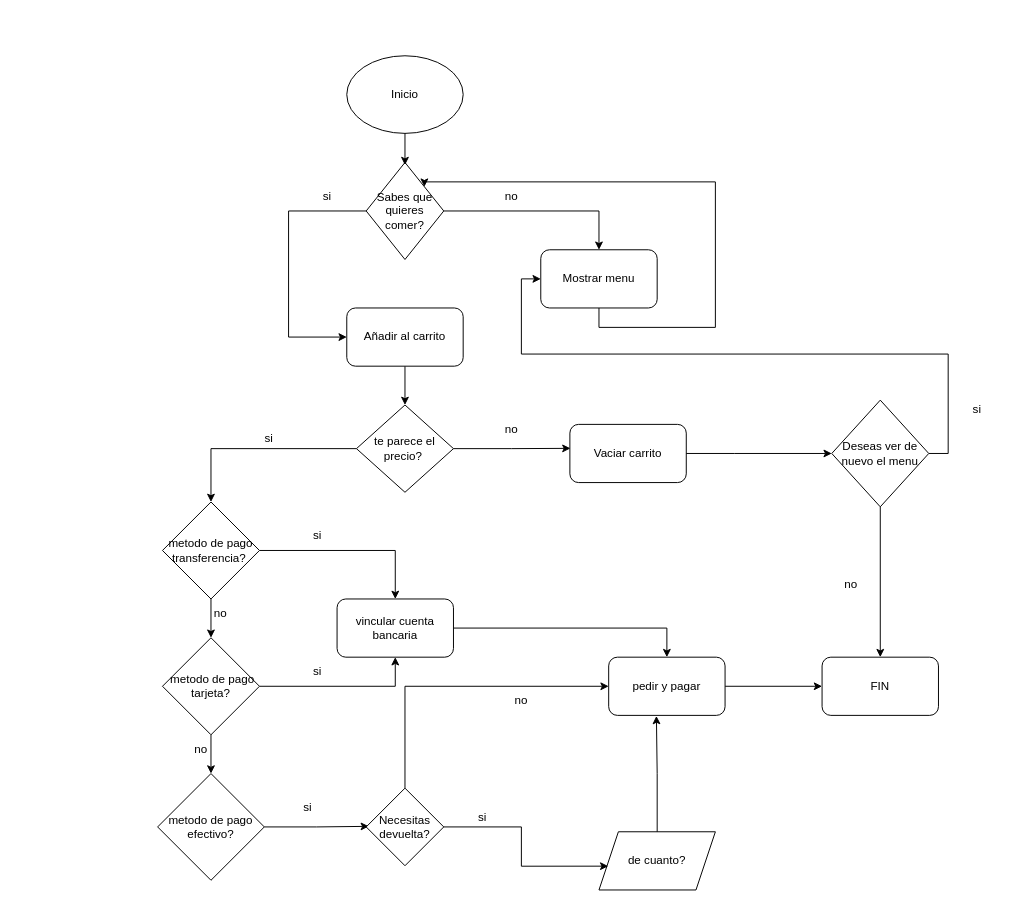
JoseRivera-07/proyect-inventory keeps this draw.io diagram as Diagrama sin título.drawio. Above is the earlier version. Source tidied: cells renumbered, new cells numbered last; positions are measured from the earlier drawing's top-left corner, leaving out a move shared by most shapes. Both pictures are drawn from the tidied source at 97%, with x=0, y=0 at pixel (157, 55).
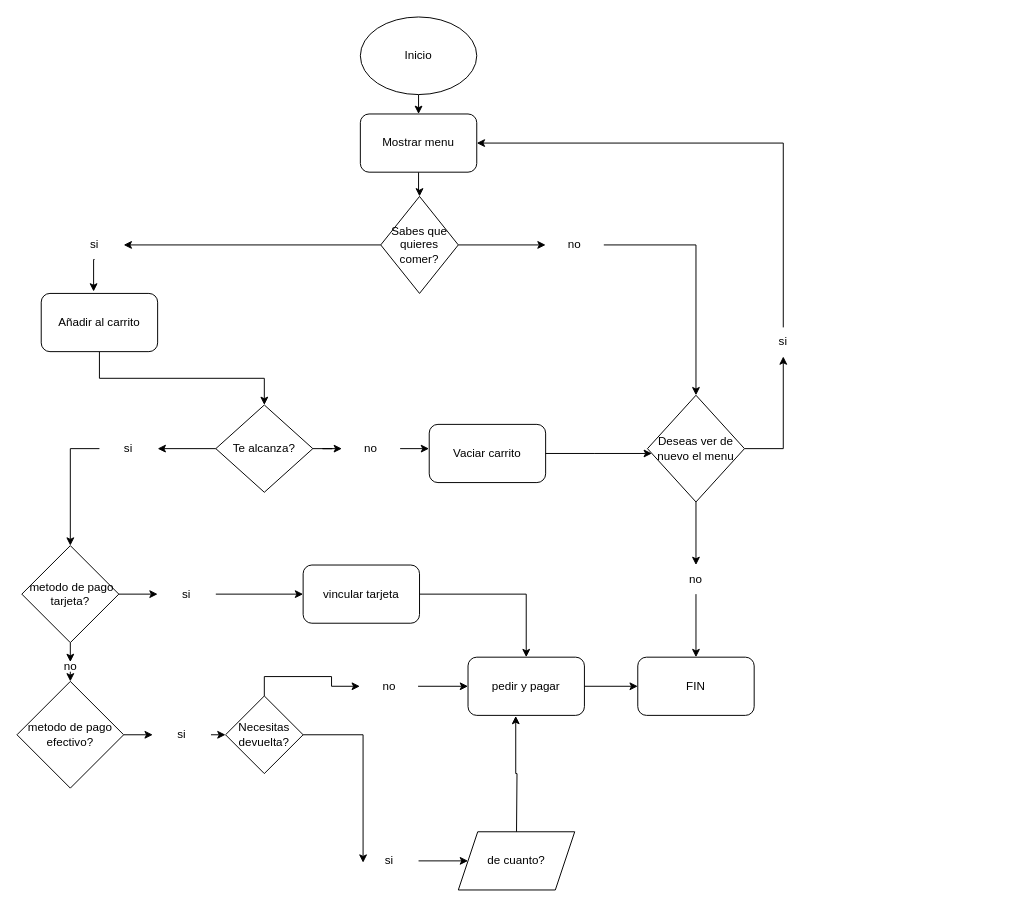
Above is the later version.

Commit message:
Actualizar Diagrama Domicilio

What changed in the source:
```diff
@@
+    <mxCell id="50" style="edgeStyle=orthogonalEdgeStyle;rounded=0;jettySize=auto;html=1;exitX=0.5;exitY=1;exitDx=0;exitDy=0;entryX=0.5;entryY=0;entryDx=0;entryDy=0;" parent="1" edge="1" source="2" target="7">
+      <mxGeometry relative="1" as="geometry" />
+    </mxCell>
     <mxCell id="2" value="Inicio" style="ellipse;whiteSpace=wrap;html=1;" parent="1" vertex="1">
-      <mxGeometry x="195" width="120" height="80" as="geometry" />
+      <mxGeometry x="209" y="-40" width="120" height="80" as="geometry" />
     </mxCell>
-    <mxCell id="3" style="edgeStyle=orthogonalEdgeStyle;rounded=0;jettySize=auto;html=1;exitX=1;exitY=0.5;exitDx=0;exitDy=0;entryX=0.5;entryY=0;entryDx=0;entryDy=0;" parent="1" edge="1" source="5" target="7">
-      <mxGeometry relative="1" as="geometry" />
-    </mxCell>
-    <mxCell id="4" style="edgeStyle=orthogonalEdgeStyle;rounded=0;jettySize=auto;html=1;exitX=0;exitY=0.5;exitDx=0;exitDy=0;entryX=0;entryY=0.5;entryDx=0;entryDy=0;" parent="1" edge="1" source="5" target="9">
-      <mxGeometry relative="1" as="geometry">
-        <Array as="points">
-          <mxPoint x="135" y="160" />
-          <mxPoint x="135" y="290" />
-        </Array>
-      </mxGeometry>
-    </mxCell>
+    <mxCell id="51" style="edgeStyle=orthogonalEdgeStyle;rounded=0;jettySize=auto;html=1;exitX=0;exitY=0.5;exitDx=0;exitDy=0;" parent="1" edge="1" source="5" target="22">
+      <mxGeometry relative="1" as="geometry" />
+    </mxCell>
+    <mxCell id="52" style="edgeStyle=orthogonalEdgeStyle;rounded=0;jettySize=auto;html=1;exitX=1;exitY=0.5;exitDx=0;exitDy=0;" parent="1" edge="1" source="5" target="23">
+      <mxGeometry relative="1" as="geometry" />
+    </mxCell>
     <mxCell id="5" value="Sabes que quieres comer?" style="rhombus;whiteSpace=wrap;html=1;" parent="1" vertex="1">
-      <mxGeometry x="215" y="110" width="80" height="100" as="geometry" />
+      <mxGeometry x="230" y="145" width="80" height="100" as="geometry" />
     </mxCell>
-    <mxCell id="6" style="edgeStyle=orthogonalEdgeStyle;rounded=0;jettySize=auto;html=1;exitX=0.5;exitY=1;exitDx=0;exitDy=0;entryX=1;entryY=0;entryDx=0;entryDy=0;" parent="1" edge="1" source="7" target="5">
-      <mxGeometry relative="1" as="geometry">
-        <Array as="points">
-          <mxPoint x="455" y="280" />
-          <mxPoint x="575" y="280" />
-          <mxPoint x="575" y="130" />
-          <mxPoint x="275" y="130" />
-        </Array>
-      </mxGeometry>
+    <mxCell id="6" style="edgeStyle=orthogonalEdgeStyle;rounded=0;jettySize=auto;html=1;exitX=0.5;exitY=1;exitDx=0;exitDy=0;" parent="1" edge="1" source="7" target="5">
+      <mxGeometry relative="1" as="geometry" />
     </mxCell>
     <mxCell id="7" value="Mostrar menu" style="rounded=1;whiteSpace=wrap;html=1;" parent="1" vertex="1">
-      <mxGeometry x="395" y="200" width="120" height="60" as="geometry" />
+      <mxGeometry x="209" y="60" width="120" height="60" as="geometry" />
     </mxCell>
@@
     <mxCell id="9" value="Añadir al carrito" style="rounded=1;whiteSpace=wrap;html=1;" parent="1" vertex="1">
-      <mxGeometry x="195" y="260" width="120" height="60" as="geometry" />
+      <mxGeometry x="-120" y="245" width="120" height="60" as="geometry" />
     </mxCell>
-    <mxCell id="10" style="edgeStyle=orthogonalEdgeStyle;rounded=0;jettySize=auto;html=1;exitX=0;exitY=0.5;exitDx=0;exitDy=0;entryX=0.5;entryY=0;entryDx=0;entryDy=0;" parent="1" edge="1" source="11" target="17">
-      <mxGeometry relative="1" as="geometry" />
-    </mxCell>
+    <mxCell id="53" style="edgeStyle=orthogonalEdgeStyle;rounded=0;jettySize=auto;html=1;exitX=1;exitY=0.5;exitDx=0;exitDy=0;" parent="1" edge="1" source="11" target="33">
+      <mxGeometry relative="1" as="geometry" />
+    </mxCell>
+    <mxCell id="54" style="edgeStyle=orthogonalEdgeStyle;rounded=0;jettySize=auto;html=1;exitX=0;exitY=0.5;exitDx=0;exitDy=0;" parent="1" edge="1" source="11" target="24">
+      <mxGeometry relative="1" as="geometry" />
+    </mxCell>
-    <mxCell id="11" value="te parece el precio?&amp;nbsp;" style="rhombus;whiteSpace=wrap;html=1;" parent="1" vertex="1">
-      <mxGeometry x="205" y="360" width="100" height="90" as="geometry" />
+    <mxCell id="11" value="Te alcanza?" style="rhombus;whiteSpace=wrap;html=1;" parent="1" vertex="1">
+      <mxGeometry x="60" y="360" width="100" height="90" as="geometry" />
     </mxCell>
-    <mxCell id="12" style="edgeStyle=orthogonalEdgeStyle;rounded=0;jettySize=auto;html=1;exitX=0.5;exitY=1;exitDx=0;exitDy=0;entryX=0.5;entryY=0;entryDx=0;entryDy=0;" parent="1" edge="1" source="14" target="18">
-      <mxGeometry relative="1" as="geometry" />
-    </mxCell>
-    <mxCell id="13" style="edgeStyle=orthogonalEdgeStyle;rounded=0;jettySize=auto;html=1;exitX=1;exitY=0.5;exitDx=0;exitDy=0;entryX=0.5;entryY=1;entryDx=0;entryDy=0;" parent="1" edge="1" source="14" target="29">
-      <mxGeometry relative="1" as="geometry" />
-    </mxCell>
+    <mxCell id="55" style="edgeStyle=orthogonalEdgeStyle;rounded=0;jettySize=auto;html=1;exitX=0.5;exitY=1;exitDx=0;exitDy=0;entryX=0.5;entryY=0;entryDx=0;entryDy=0;" parent="1" edge="1" source="14" target="25">
+      <mxGeometry relative="1" as="geometry" />
+    </mxCell>
+    <mxCell id="56" style="edgeStyle=orthogonalEdgeStyle;rounded=0;jettySize=auto;html=1;exitX=1;exitY=0.5;exitDx=0;exitDy=0;" parent="1" edge="1" source="14" target="32">
+      <mxGeometry relative="1" as="geometry" />
+    </mxCell>
     <mxCell id="14" value="&amp;nbsp;metodo de pago tarjeta?" style="rhombus;whiteSpace=wrap;html=1;" parent="1" vertex="1">
-      <mxGeometry x="5" y="600" width="100" height="100" as="geometry" />
+      <mxGeometry x="-140" y="505" width="100" height="100" as="geometry" />
     </mxCell>
-    <mxCell id="15" style="edgeStyle=orthogonalEdgeStyle;rounded=0;jettySize=auto;html=1;exitX=0.5;exitY=1;exitDx=0;exitDy=0;entryX=0.5;entryY=0;entryDx=0;entryDy=0;" parent="1" edge="1" source="17" target="14">
-      <mxGeometry relative="1" as="geometry" />
-    </mxCell>
-    <mxCell id="16" style="edgeStyle=orthogonalEdgeStyle;rounded=0;jettySize=auto;html=1;exitX=1;exitY=0.5;exitDx=0;exitDy=0;entryX=0.5;entryY=0;entryDx=0;entryDy=0;" parent="1" edge="1" source="17" target="29">
-      <mxGeometry relative="1" as="geometry" />
-    </mxCell>
-    <mxCell id="17" value="metodo de pago transferencia?&amp;nbsp;" style="rhombus;whiteSpace=wrap;html=1;" parent="1" vertex="1">
-      <mxGeometry x="5" y="460" width="100" height="100" as="geometry" />
-    </mxCell>
+    <mxCell id="57" style="edgeStyle=orthogonalEdgeStyle;rounded=0;jettySize=auto;html=1;exitX=1;exitY=0.5;exitDx=0;exitDy=0;entryX=0;entryY=0.5;entryDx=0;entryDy=0;" parent="1" edge="1" source="18" target="31">
+      <mxGeometry relative="1" as="geometry" />
+    </mxCell>
     <mxCell id="18" value="metodo de pago efectivo?" style="rhombus;whiteSpace=wrap;html=1;" parent="1" vertex="1">
-      <mxGeometry y="740" width="110" height="110" as="geometry" />
+      <mxGeometry x="-145" y="645" width="110" height="110" as="geometry" />
     </mxCell>
@@
     <mxCell id="20" value="pedir y pagar" style="rounded=1;whiteSpace=wrap;html=1;" parent="1" vertex="1">
-      <mxGeometry x="465" y="620" width="120" height="60" as="geometry" />
+      <mxGeometry x="320" y="620" width="120" height="60" as="geometry" />
     </mxCell>
-    <mxCell id="21" style="edgeStyle=orthogonalEdgeStyle;rounded=0;jettySize=auto;html=1;exitX=0.5;exitY=1;exitDx=0;exitDy=0;entryX=0.5;entryY=0.027;entryDx=0;entryDy=0;entryPerimeter=0;" parent="1" edge="1" source="2" target="5">
-      <mxGeometry relative="1" as="geometry" />
-    </mxCell>
     <mxCell id="22" value="si" style="text;html=1;whiteSpace=wrap;strokeColor=none;fillColor=none;align=center;verticalAlign=middle;rounded=0;" parent="1" vertex="1">
-      <mxGeometry x="145" y="130" width="60" height="30" as="geometry" />
+      <mxGeometry x="-95" y="180" width="60" height="30" as="geometry" />
     </mxCell>
+    <mxCell id="58" style="edgeStyle=orthogonalEdgeStyle;rounded=0;jettySize=auto;html=1;exitX=1;exitY=0.5;exitDx=0;exitDy=0;entryX=0.5;entryY=0;entryDx=0;entryDy=0;" parent="1" edge="1" source="23" target="39">
+      <mxGeometry relative="1" as="geometry" />
+    </mxCell>
     <mxCell id="23" value="no" style="text;html=1;whiteSpace=wrap;strokeColor=none;fillColor=none;align=center;verticalAlign=middle;rounded=0;" parent="1" vertex="1">
-      <mxGeometry x="335" y="130" width="60" height="30" as="geometry" />
+      <mxGeometry x="400" y="180" width="60" height="30" as="geometry" />
     </mxCell>
+    <mxCell id="59" style="edgeStyle=orthogonalEdgeStyle;rounded=0;jettySize=auto;html=1;exitX=0;exitY=0.5;exitDx=0;exitDy=0;entryX=0.5;entryY=0;entryDx=0;entryDy=0;" parent="1" edge="1" source="24" target="14">
+      <mxGeometry relative="1" as="geometry" />
+    </mxCell>
     <mxCell id="24" value="si" style="text;html=1;whiteSpace=wrap;strokeColor=none;fillColor=none;align=center;verticalAlign=middle;rounded=0;" parent="1" vertex="1">
-      <mxGeometry x="85" y="380" width="60" height="30" as="geometry" />
+      <mxGeometry x="-60" y="390" width="60" height="30" as="geometry" />
     </mxCell>
+    <mxCell id="60" style="edgeStyle=orthogonalEdgeStyle;rounded=0;jettySize=auto;html=1;exitX=0.5;exitY=1;exitDx=0;exitDy=0;entryX=0.5;entryY=0;entryDx=0;entryDy=0;" parent="1" edge="1" source="25" target="18">
+      <mxGeometry relative="1" as="geometry" />
+    </mxCell>
     <mxCell id="25" value="no" style="text;html=1;whiteSpace=wrap;strokeColor=none;fillColor=none;align=center;verticalAlign=middle;rounded=0;" parent="1" vertex="1">
-      <mxGeometry x="15" y="700" width="60" height="30" as="geometry" />
+      <mxGeometry x="-102.5" y="625" width="25" height="10" as="geometry" />
     </mxCell>
-    <mxCell id="26" value="no" style="text;html=1;whiteSpace=wrap;strokeColor=none;fillColor=none;align=center;verticalAlign=middle;rounded=0;" parent="1" vertex="1">
-      <mxGeometry x="35" y="560" width="60" height="30" as="geometry" />
-    </mxCell>
-    <mxCell id="27" value="si" style="text;html=1;whiteSpace=wrap;strokeColor=none;fillColor=none;align=center;verticalAlign=middle;rounded=0;" parent="1" vertex="1">
-      <mxGeometry x="135" y="480" width="60" height="30" as="geometry" />
-    </mxCell>
@@
-    <mxCell id="29" value="vincular cuenta bancaria" style="rounded=1;whiteSpace=wrap;html=1;" parent="1" vertex="1">
-      <mxGeometry x="185" y="560" width="120" height="60" as="geometry" />
+    <mxCell id="29" value="vincular tarjeta" style="rounded=1;whiteSpace=wrap;html=1;" parent="1" vertex="1">
+      <mxGeometry x="150" y="525" width="120" height="60" as="geometry" />
     </mxCell>
-    <mxCell id="30" style="edgeStyle=orthogonalEdgeStyle;rounded=0;jettySize=auto;html=1;exitX=1;exitY=0.5;exitDx=0;exitDy=0;entryX=0.107;entryY=0.406;entryDx=0;entryDy=0;entryPerimeter=0;" parent="1" edge="1" source="18">
-      <mxGeometry relative="1" as="geometry">
-        <mxPoint x="217.8" y="794.4" as="targetPoint" />
-      </mxGeometry>
-    </mxCell>
+    <mxCell id="61" style="edgeStyle=orthogonalEdgeStyle;rounded=0;jettySize=auto;html=1;exitX=1;exitY=0.5;exitDx=0;exitDy=0;entryX=0;entryY=0.5;entryDx=0;entryDy=0;" parent="1" edge="1" source="31" target="45">
+      <mxGeometry relative="1" as="geometry" />
+    </mxCell>
     <mxCell id="31" value="si" style="text;html=1;whiteSpace=wrap;strokeColor=none;fillColor=none;align=center;verticalAlign=middle;rounded=0;" parent="1" vertex="1">
-      <mxGeometry x="125" y="760" width="60" height="30" as="geometry" />
+      <mxGeometry x="-5" y="685" width="60" height="30" as="geometry" />
     </mxCell>
+    <mxCell id="62" style="edgeStyle=orthogonalEdgeStyle;rounded=0;jettySize=auto;html=1;" parent="1" edge="1" source="32" target="29">
+      <mxGeometry relative="1" as="geometry" />
+    </mxCell>
     <mxCell id="32" value="si" style="text;html=1;whiteSpace=wrap;strokeColor=none;fillColor=none;align=center;verticalAlign=middle;rounded=0;" parent="1" vertex="1">
-      <mxGeometry x="135" y="620" width="60" height="30" as="geometry" />
+      <mxGeometry y="540" width="60" height="30" as="geometry" />
     </mxCell>
     <mxCell id="33" value="no" style="text;html=1;whiteSpace=wrap;strokeColor=none;fillColor=none;align=center;verticalAlign=middle;rounded=0;" parent="1" vertex="1">
-      <mxGeometry x="335" y="370" width="60" height="30" as="geometry" />
+      <mxGeometry x="190" y="390" width="60" height="30" as="geometry" />
     </mxCell>
     <mxCell id="34" value="Vaciar carrito" style="rounded=1;whiteSpace=wrap;html=1;" parent="1" vertex="1">
-      <mxGeometry x="425" y="380" width="120" height="60" as="geometry" />
+      <mxGeometry x="280" y="380" width="120" height="60" as="geometry" />
     </mxCell>
-    <mxCell id="35" style="edgeStyle=orthogonalEdgeStyle;rounded=0;jettySize=auto;html=1;exitX=1;exitY=0.5;exitDx=0;exitDy=0;entryX=0.005;entryY=0.412;entryDx=0;entryDy=0;entryPerimeter=0;" parent="1" edge="1" source="11" target="34">
-      <mxGeometry relative="1" as="geometry" />
-    </mxCell>
     <mxCell id="36" style="edgeStyle=orthogonalEdgeStyle;rounded=0;jettySize=auto;html=1;exitX=1;exitY=0.5;exitDx=0;exitDy=0;" parent="1" edge="1" target="39">
       <mxGeometry relative="1" as="geometry">
-        <mxPoint x="545" y="410" as="sourcePoint" />
+        <mxPoint x="400" y="410" as="sourcePoint" />
         <Array as="points">
-          <mxPoint x="595" y="410" />
-          <mxPoint x="595" y="410" />
+          <mxPoint x="450" y="410" />
+          <mxPoint x="450" y="410" />
         </Array>
       </mxGeometry>
     </mxCell>
-    <mxCell id="37" style="edgeStyle=orthogonalEdgeStyle;rounded=0;jettySize=auto;html=1;exitX=1;exitY=0.5;exitDx=0;exitDy=0;entryX=0;entryY=0.5;entryDx=0;entryDy=0;" parent="1" edge="1" source="39" target="7">
-      <mxGeometry relative="1" as="geometry" />
-    </mxCell>
-    <mxCell id="38" style="edgeStyle=orthogonalEdgeStyle;rounded=0;jettySize=auto;html=1;exitX=0.5;exitY=1;exitDx=0;exitDy=0;entryX=0.5;entryY=0;entryDx=0;entryDy=0;" parent="1" edge="1" source="39" target="42">
-      <mxGeometry relative="1" as="geometry" />
-    </mxCell>
+    <mxCell id="63" style="edgeStyle=orthogonalEdgeStyle;rounded=0;jettySize=auto;html=1;exitX=0.5;exitY=1;exitDx=0;exitDy=0;" parent="1" edge="1" source="39" target="41">
+      <mxGeometry relative="1" as="geometry" />
+    </mxCell>
+    <mxCell id="64" style="edgeStyle=orthogonalEdgeStyle;rounded=0;jettySize=auto;html=1;exitX=1;exitY=0.5;exitDx=0;exitDy=0;" parent="1" edge="1" source="39" target="40">
+      <mxGeometry relative="1" as="geometry" />
+    </mxCell>
     <mxCell id="39" value="Deseas ver de nuevo el menu" style="rhombus;whiteSpace=wrap;html=1;" parent="1" vertex="1">
-      <mxGeometry x="695" y="355" width="100" height="110" as="geometry" />
+      <mxGeometry x="505" y="350" width="100" height="110" as="geometry" />
     </mxCell>
+    <mxCell id="65" style="edgeStyle=orthogonalEdgeStyle;rounded=0;jettySize=auto;html=1;exitX=0.5;exitY=0;exitDx=0;exitDy=0;entryX=1;entryY=0.5;entryDx=0;entryDy=0;" parent="1" edge="1" source="40" target="7">
+      <mxGeometry relative="1" as="geometry" />
+    </mxCell>
     <mxCell id="40" value="si" style="text;html=1;whiteSpace=wrap;strokeColor=none;fillColor=none;align=center;verticalAlign=middle;rounded=0;" parent="1" vertex="1">
-      <mxGeometry x="815" y="350" width="60" height="30" as="geometry" />
+      <mxGeometry x="615" y="280" width="60" height="30" as="geometry" />
     </mxCell>
+    <mxCell id="66" style="edgeStyle=orthogonalEdgeStyle;rounded=0;jettySize=auto;html=1;exitX=0.5;exitY=1;exitDx=0;exitDy=0;entryX=0.5;entryY=0;entryDx=0;entryDy=0;" parent="1" edge="1" source="41" target="42">
+      <mxGeometry relative="1" as="geometry" />
+    </mxCell>
     <mxCell id="41" value="no" style="text;html=1;whiteSpace=wrap;strokeColor=none;fillColor=none;align=center;verticalAlign=middle;rounded=0;" parent="1" vertex="1">
-      <mxGeometry x="685" y="530" width="60" height="30" as="geometry" />
+      <mxGeometry x="525" y="525" width="60" height="30" as="geometry" />
     </mxCell>
     <mxCell id="42" value="FIN" style="rounded=1;whiteSpace=wrap;html=1;" parent="1" vertex="1">
-      <mxGeometry x="685" y="620" width="120" height="60" as="geometry" />
+      <mxGeometry x="495" y="620" width="120" height="60" as="geometry" />
     </mxCell>
     <mxCell id="43" value="de cuanto?" style="shape=parallelogram;perimeter=parallelogramPerimeter;whiteSpace=wrap;html=1;fixedSize=1;" parent="1" vertex="1">
-      <mxGeometry x="455" y="800" width="120" height="60" as="geometry" />
+      <mxGeometry x="310" y="800" width="120" height="60" as="geometry" />
     </mxCell>
-    <mxCell id="44" style="edgeStyle=orthogonalEdgeStyle;rounded=0;jettySize=auto;html=1;exitX=0.5;exitY=0;exitDx=0;exitDy=0;entryX=0;entryY=0.5;entryDx=0;entryDy=0;" parent="1" edge="1" source="45" target="20">
-      <mxGeometry relative="1" as="geometry" />
-    </mxCell>
+    <mxCell id="67" style="edgeStyle=orthogonalEdgeStyle;rounded=0;jettySize=auto;html=1;exitX=0.5;exitY=0;exitDx=0;exitDy=0;entryX=0;entryY=0.5;entryDx=0;entryDy=0;" parent="1" edge="1" source="45" target="48">
+      <mxGeometry relative="1" as="geometry" />
+    </mxCell>
     <mxCell id="45" value="Necesitas devuelta?" style="rhombus;whiteSpace=wrap;html=1;" parent="1" vertex="1">
-      <mxGeometry x="215" y="755" width="80" height="80" as="geometry" />
+      <mxGeometry x="70" y="660" width="80" height="80" as="geometry" />
     </mxCell>
-    <mxCell id="46" style="edgeStyle=orthogonalEdgeStyle;rounded=0;jettySize=auto;html=1;exitX=1;exitY=0.5;exitDx=0;exitDy=0;entryX=0.08;entryY=0.591;entryDx=0;entryDy=0;entryPerimeter=0;" parent="1" edge="1" source="45" target="43">
-      <mxGeometry relative="1" as="geometry" />
-    </mxCell>
+    <mxCell id="68" style="edgeStyle=orthogonalEdgeStyle;rounded=0;jettySize=auto;html=1;exitX=1;exitY=0.5;exitDx=0;exitDy=0;" parent="1" edge="1" source="47" target="43">
+      <mxGeometry relative="1" as="geometry" />
+    </mxCell>
     <mxCell id="47" value="si" style="text;html=1;whiteSpace=wrap;strokeColor=none;fillColor=none;align=center;verticalAlign=middle;rounded=0;" parent="1" vertex="1">
-      <mxGeometry x="305" y="770" width="60" height="30" as="geometry" />
+      <mxGeometry x="209" y="815" width="60" height="30" as="geometry" />
     </mxCell>
+    <mxCell id="69" style="edgeStyle=orthogonalEdgeStyle;rounded=0;jettySize=auto;html=1;exitX=1;exitY=0.5;exitDx=0;exitDy=0;entryX=0;entryY=0.5;entryDx=0;entryDy=0;" parent="1" edge="1" source="48" target="20">
+      <mxGeometry relative="1" as="geometry" />
+    </mxCell>
     <mxCell id="48" value="no" style="text;html=1;whiteSpace=wrap;strokeColor=none;fillColor=none;align=center;verticalAlign=middle;rounded=0;" parent="1" vertex="1">
-      <mxGeometry x="345" y="650" width="60" height="30" as="geometry" />
+      <mxGeometry x="208.5" y="635" width="60" height="30" as="geometry" />
     </mxCell>
-    <mxCell id="49" style="edgeStyle=orthogonalEdgeStyle;rounded=0;jettySize=auto;html=1;exitX=0.5;exitY=0;exitDx=0;exitDy=0;entryX=0.41;entryY=1.01;entryDx=0;entryDy=0;entryPerimeter=0;" parent="1" edge="1" source="43" target="20">
-      <mxGeometry relative="1" as="geometry" />
+    <mxCell id="49" style="edgeStyle=orthogonalEdgeStyle;rounded=0;jettySize=auto;html=1;entryX=0.41;entryY=1.01;entryDx=0;entryDy=0;entryPerimeter=0;" parent="1" edge="1" target="20">
+      <mxGeometry relative="1" as="geometry">
+        <mxPoint x="370" y="800" as="sourcePoint" />
+      </mxGeometry>
     </mxCell>
+    <mxCell id="70" style="edgeStyle=orthogonalEdgeStyle;rounded=0;jettySize=auto;html=1;exitX=0.5;exitY=1;exitDx=0;exitDy=0;entryX=0.45;entryY=-0.033;entryDx=0;entryDy=0;entryPerimeter=0;" parent="1" edge="1" source="22" target="9">
+      <mxGeometry relative="1" as="geometry" />
+    </mxCell>
+    <mxCell id="71" style="edgeStyle=orthogonalEdgeStyle;rounded=0;jettySize=auto;html=1;exitX=1;exitY=0.5;exitDx=0;exitDy=0;entryX=-0.002;entryY=0.428;entryDx=0;entryDy=0;entryPerimeter=0;" parent="1" edge="1" source="33" target="34">
+      <mxGeometry relative="1" as="geometry" />
+    </mxCell>
+    <mxCell id="72" style="edgeStyle=orthogonalEdgeStyle;rounded=0;jettySize=auto;html=1;exitX=1;exitY=0.5;exitDx=0;exitDy=0;entryX=0.047;entryY=0.562;entryDx=0;entryDy=0;entryPerimeter=0;" parent="1" edge="1" source="45" target="47">
+      <mxGeometry relative="1" as="geometry" />
+    </mxCell>
```
